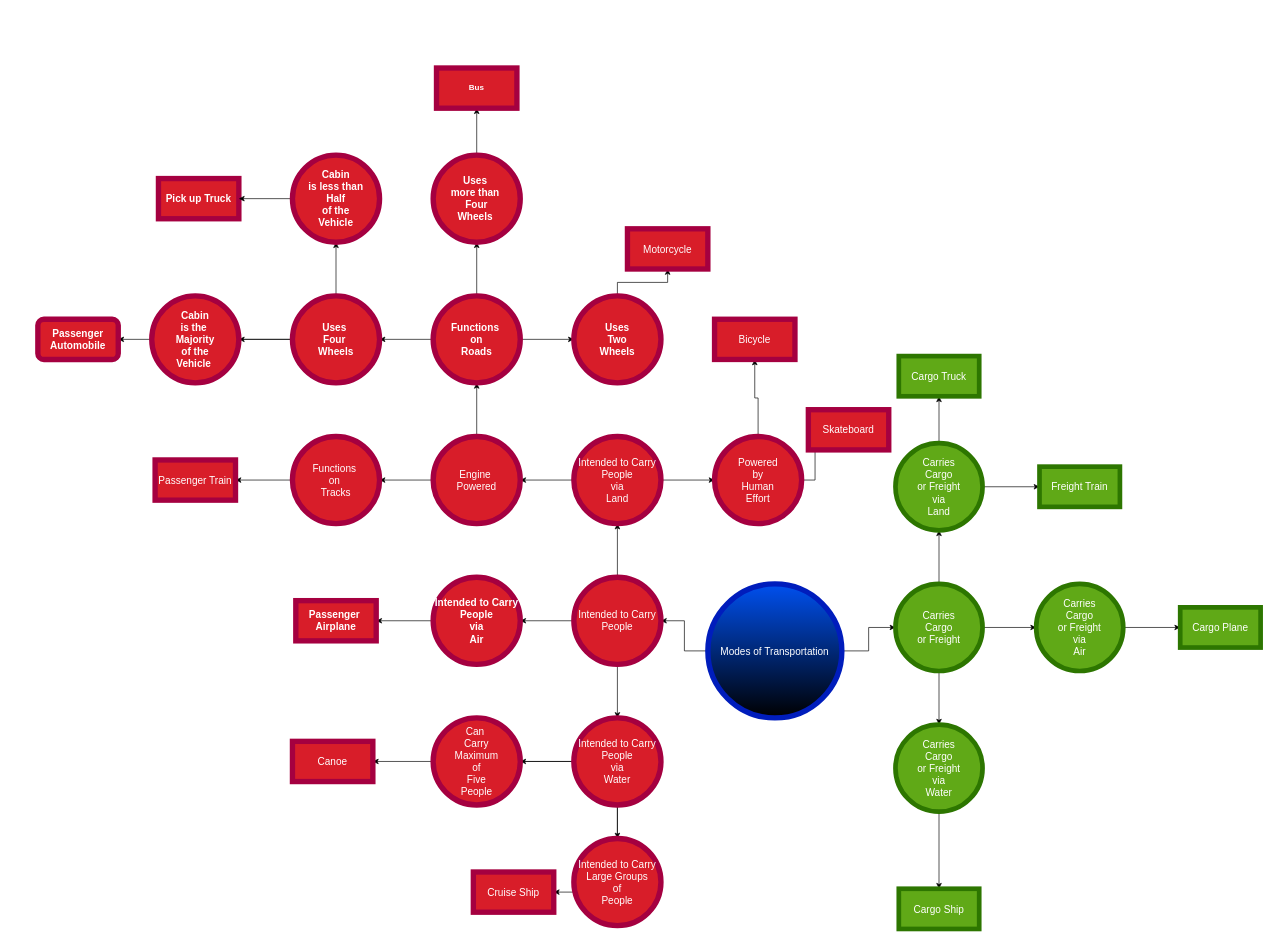
This is Taxonomy for Vehicles.drawio from Wolynes/Data-Analytics-and-Science-Bootcamp, a draw.io file, before an edit. Source tidied: cells renumbered, new cells numbered last; positions are measured from the earlier drawing's top-left corner, leaving out a move shared by most shapes. Both pictures are drawn from the tidied source at 67%, with x=0, y=0 at pixel (38, 68).
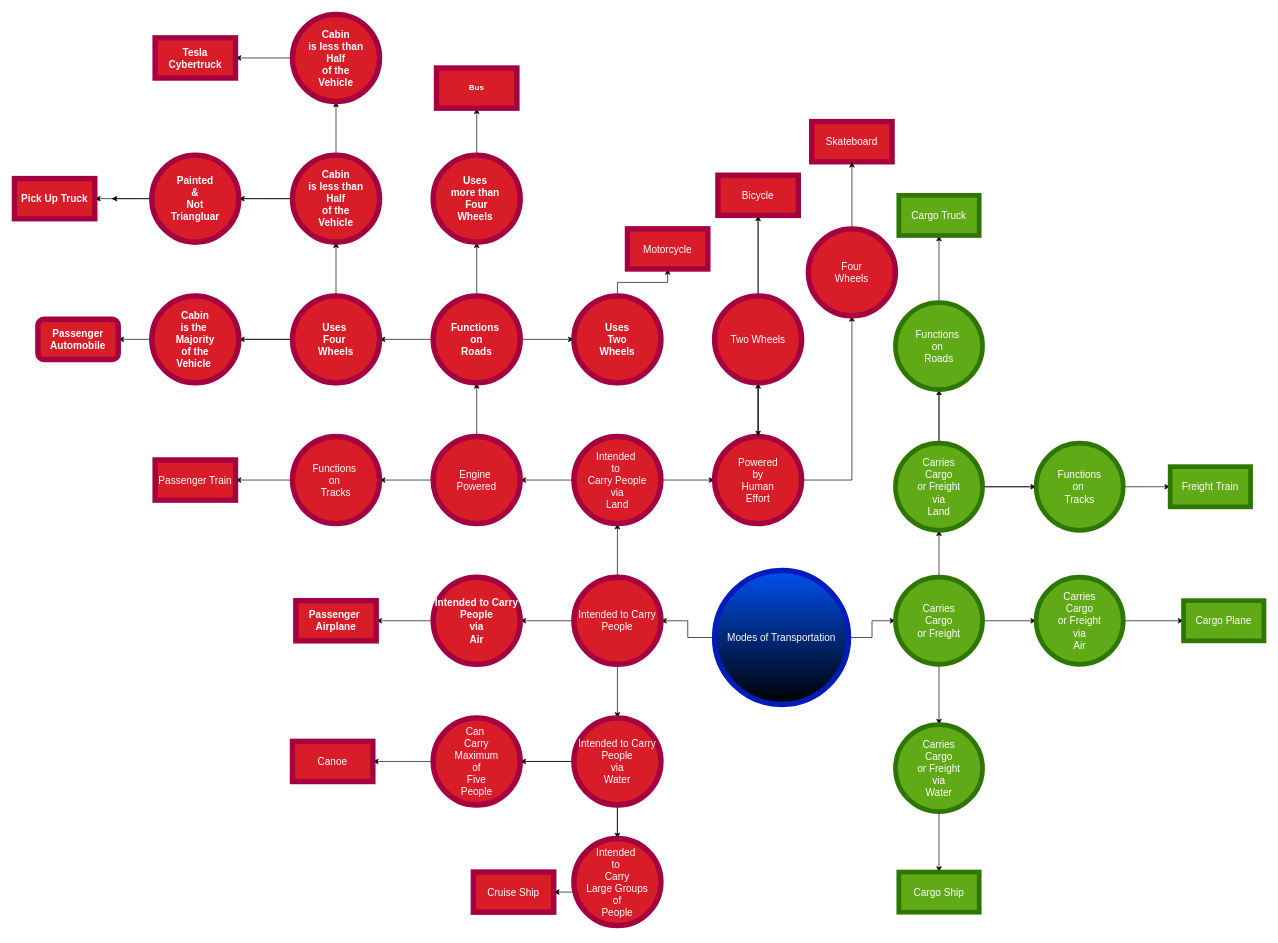
After the change.

The change refers to these unchanged cells:
```xml
<mxCell id="15" value="&lt;span style=&quot;white-space: pre;&quot;&gt;Carries&lt;/span&gt;&lt;div&gt;&lt;span style=&quot;white-space: pre;&quot;&gt;Cargo&lt;/span&gt;&lt;/div&gt;&lt;div&gt;&lt;span style=&quot;white-space: pre;&quot;&gt;or Freight&lt;/span&gt;&lt;/div&gt;&lt;div&gt;&lt;span style=&quot;white-space: pre;&quot;&gt;via&lt;/span&gt;&lt;/div&gt;&lt;div&gt;&lt;span style=&quot;white-space: pre;&quot;&gt;Land&lt;/span&gt;&lt;/div&gt;" style="ellipse;whiteSpace=wrap;html=1;align=center;fillColor=#60a917;fillStyle=solid;fontColor=light-dark(#ffffff, #00f900);strokeColor=light-dark(#2D7600,#990000);strokeWidth=7;fontSize=15;" parent="1" vertex="1">
  <mxGeometry x="1280" y="560" width="130" height="130" as="geometry" />
</mxCell>
<mxCell id="39" value="Powered&lt;div&gt;by&lt;/div&gt;&lt;div&gt;Human&lt;/div&gt;&lt;div&gt;Effort&lt;/div&gt;" style="ellipse;whiteSpace=wrap;html=1;fillColor=light-dark(#D81D29,#FF9933);fontColor=light-dark(#FFFFFF,#FFFF66);strokeColor=light-dark(#A50040,#CCFFCC);strokeWidth=8;fontSize=15;" parent="1" vertex="1">
  <mxGeometry x="1010" y="550" width="130" height="130" as="geometry" />
</mxCell>
<mxCell id="67" value="Cabin&lt;div&gt;is less than&lt;/div&gt;&lt;div&gt;Half&lt;/div&gt;&lt;div&gt;of the&lt;/div&gt;&lt;div&gt;Vehicle&lt;/div&gt;" style="ellipse;whiteSpace=wrap;html=1;fillColor=light-dark(#D81D29,#FF9933);fontColor=light-dark(#FFFFFF,#4C0099);strokeColor=light-dark(#A50040,#6600CC);strokeWidth=8;fontStyle=1;fontSize=15;" parent="1" vertex="1">
  <mxGeometry x="380" y="130" width="130" height="130" as="geometry" />
</mxCell>
```

The edit, as a diff of the source:
```diff
@@
     <mxCell id="4" value="Modes of Transportation" style="ellipse;whiteSpace=wrap;html=1;fillColor=#0050ef;fontColor=light-dark(#FFFFFF,#0000CC);strokeColor=#001DBC;labelBorderColor=none;gradientColor=default;strokeWidth=8;fontSize=15;" parent="1" vertex="1">
-      <mxGeometry x="1000" y="770" width="200" height="200" as="geometry" />
+      <mxGeometry x="1010" y="750" width="200" height="200" as="geometry" />
     </mxCell>
@@
     <mxCell id="12" value="&lt;span style=&quot;white-space: pre;&quot;&gt;Carries&lt;/span&gt;&lt;div&gt;&lt;span style=&quot;white-space: pre;&quot;&gt;Cargo&lt;/span&gt;&lt;/div&gt;&lt;div&gt;&lt;span style=&quot;white-space: pre;&quot;&gt;or Freight&lt;/span&gt;&lt;/div&gt;" style="ellipse;whiteSpace=wrap;html=1;align=center;fillColor=#60a917;fillStyle=solid;fontColor=light-dark(#FFFFFF,#66FF66);strokeColor=#2D7600;strokeWidth=7;fontSize=15;" parent="1" vertex="1">
-      <mxGeometry x="1280" y="770" width="130" height="130" as="geometry" />
+      <mxGeometry x="1280" y="760" width="130" height="130" as="geometry" />
     </mxCell>
@@
+    <mxCell id="69" style="edgeStyle=orthogonalEdgeStyle;rounded=0;jettySize=auto;html=1;" parent="1" edge="1" source="15" target="76">
+      <mxGeometry relative="1" as="geometry" />
+    </mxCell>
+    <mxCell id="70" style="edgeStyle=orthogonalEdgeStyle;rounded=0;jettySize=auto;html=1;" parent="1" edge="1" source="15" target="77">
+      <mxGeometry relative="1" as="geometry" />
+    </mxCell>
@@
     <mxCell id="19" value="&lt;span style=&quot;white-space: pre;&quot;&gt;Carries&lt;/span&gt;&lt;div&gt;&lt;span style=&quot;white-space: pre;&quot;&gt;Cargo&lt;/span&gt;&lt;/div&gt;&lt;div&gt;&lt;span style=&quot;white-space: pre;&quot;&gt;or Freight&lt;/span&gt;&lt;/div&gt;&lt;div&gt;&lt;span style=&quot;white-space: pre;&quot;&gt;via&lt;/span&gt;&lt;/div&gt;&lt;div&gt;&lt;span style=&quot;white-space: pre;&quot;&gt;Air&lt;/span&gt;&lt;/div&gt;" style="ellipse;whiteSpace=wrap;html=1;align=center;fillColor=#60a917;fillStyle=solid;fontColor=light-dark(#FFFFFF,#99FFCC);strokeColor=light-dark(#2D7600,#CCE5FF);strokeWidth=7;fontSize=15;" parent="1" vertex="1">
-      <mxGeometry x="1490" y="770" width="130" height="130" as="geometry" />
+      <mxGeometry x="1490" y="760" width="130" height="130" as="geometry" />
     </mxCell>
     <mxCell id="20" value="Cargo Truck" style="whiteSpace=wrap;html=1;fillColor=#60a917;strokeColor=light-dark(#2D7600,#990000);fontColor=light-dark(#ffffff, #00f900);fillStyle=solid;strokeWidth=7;fontSize=15;" parent="1" vertex="1">
-      <mxGeometry x="1285" y="430" width="120" height="60" as="geometry" />
+      <mxGeometry x="1285" y="190" width="120" height="60" as="geometry" />
     </mxCell>
     <mxCell id="21" value="Freight Train" style="whiteSpace=wrap;html=1;fillColor=#60a917;strokeColor=light-dark(#2D7600,#990000);fontColor=light-dark(#ffffff, #00f900);fillStyle=solid;strokeWidth=7;fontSize=15;" parent="1" vertex="1">
-      <mxGeometry x="1495" y="595" width="120" height="60" as="geometry" />
+      <mxGeometry x="1690" y="595" width="120" height="60" as="geometry" />
     </mxCell>
     <mxCell id="22" value="Cargo Plane" style="whiteSpace=wrap;html=1;fillColor=#60a917;strokeColor=light-dark(#2D7600,#CCE5FF);fontColor=light-dark(#ffffff, #00f900);fillStyle=solid;strokeWidth=7;fontSize=15;" parent="1" vertex="1">
-      <mxGeometry x="1705" y="805" width="120" height="60" as="geometry" />
+      <mxGeometry x="1710" y="795" width="120" height="60" as="geometry" />
     </mxCell>
     <mxCell id="23" value="Cargo Ship" style="whiteSpace=wrap;html=1;fillColor=#60a917;strokeColor=light-dark(#2D7600,#3399FF);fontColor=light-dark(#FFFFFF,#000099);fillStyle=solid;strokeWidth=7;fontSize=15;" parent="1" vertex="1">
-      <mxGeometry x="1285" y="1225" width="120" height="60" as="geometry" />
+      <mxGeometry x="1285" y="1200" width="120" height="60" as="geometry" />
     </mxCell>
@@
-    <mxCell id="26" value="Intended to Carry People&lt;div&gt;via&lt;/div&gt;&lt;div&gt;Land&lt;/div&gt;" style="ellipse;whiteSpace=wrap;html=1;fillColor=light-dark(#D81D29,#FF9933);fontColor=light-dark(#ffffff, #e32400);strokeColor=light-dark(#A50040,#990000);strokeWidth=8;fontSize=15;" parent="1" vertex="1">
+    <mxCell id="26" value="Intended&amp;nbsp;&lt;div&gt;to&amp;nbsp;&lt;/div&gt;&lt;div&gt;Carry People&lt;div&gt;via&lt;/div&gt;&lt;div&gt;Land&lt;/div&gt;&lt;/div&gt;" style="ellipse;whiteSpace=wrap;html=1;fillColor=light-dark(#D81D29,#FF9933);fontColor=light-dark(#ffffff, #e32400);strokeColor=light-dark(#A50040,#990000);strokeWidth=8;fontSize=15;" parent="1" vertex="1">
       <mxGeometry x="800" y="550" width="130" height="130" as="geometry" />
     </mxCell>
@@
-    <mxCell id="38" style="edgeStyle=orthogonalEdgeStyle;rounded=0;jettySize=auto;html=1;fontSize=15;" parent="1" edge="1" source="39" target="44">
-      <mxGeometry relative="1" as="geometry" />
-    </mxCell>
+    <mxCell id="71" style="edgeStyle=orthogonalEdgeStyle;rounded=0;jettySize=auto;html=1;" parent="1" edge="1" source="39" target="84">
+      <mxGeometry relative="1" as="geometry" />
+    </mxCell>
+    <mxCell id="72" style="edgeStyle=orthogonalEdgeStyle;rounded=0;jettySize=auto;html=1;" parent="1" edge="1" source="39" target="86">
+      <mxGeometry relative="1" as="geometry" />
+    </mxCell>
@@
+    <mxCell id="73" style="edgeStyle=orthogonalEdgeStyle;rounded=0;jettySize=auto;html=1;" parent="1" edge="1" source="43" target="39">
+      <mxGeometry relative="1" as="geometry" />
+    </mxCell>
     <mxCell id="43" value="Bicycle" style="whiteSpace=wrap;html=1;fillColor=light-dark(#D81D29,#FF9933);strokeColor=light-dark(#A50040,#CCFFCC);fontColor=light-dark(#FFFFFF,#FFFF66);strokeWidth=8;fontSize=15;" parent="1" vertex="1">
-      <mxGeometry x="1010" y="375" width="120" height="60" as="geometry" />
+      <mxGeometry x="1015" y="160" width="120" height="60" as="geometry" />
     </mxCell>
     <mxCell id="44" value="Skateboard" style="whiteSpace=wrap;html=1;fillColor=light-dark(#D81D29,#FF9933);strokeColor=light-dark(#A50040,#CCFFCC);fontColor=light-dark(#FFFFFF,#FFFF66);strokeWidth=8;fontSize=15;" parent="1" vertex="1">
-      <mxGeometry x="1150" y="510" width="120" height="60" as="geometry" />
+      <mxGeometry x="1155" y="80" width="120" height="60" as="geometry" />
     </mxCell>
@@
-    <mxCell id="61" value="Passenger&lt;div&gt;Automobile&lt;/div&gt;" style="rounded=1;whiteSpace=wrap;html=1;fillColor=light-dark(#D81D29,#FF9933);strokeColor=light-dark(#A50040,#FF00FF);fontColor=light-dark(#FFFFFF,#4C0099);strokeWidth=8;fontStyle=1;fontSize=15;" parent="1" vertex="1">
+    <mxCell id="61" value="Passenger&lt;div&gt;Automobile&lt;/div&gt;" style="rounded=1;whiteSpace=wrap;html=1;fillColor=light-dark(#D81D29,#FF9933);strokeColor=light-dark(#A50040,#FF00FF);fontColor=light-dark(#FFFFFF,#CC00CC);strokeWidth=8;fontStyle=1;fontSize=15;" parent="1" vertex="1">
       <mxGeometry y="375" width="120" height="60" as="geometry" />
     </mxCell>
-    <mxCell id="62" value="Pick up Truck" style="whiteSpace=wrap;html=1;fillColor=light-dark(#D81D29,#FF9933);strokeColor=light-dark(#A50040,#6600CC);fontColor=light-dark(#FFFFFF,#4C0099);strokeWidth=8;fontStyle=1;fontSize=15;" parent="1" vertex="1">
-      <mxGeometry x="180" y="165" width="120" height="60" as="geometry" />
-    </mxCell>
@@
-    <mxCell id="65" value="Intended to Carry&lt;div&gt;Large Groups&lt;/div&gt;&lt;div&gt;of&lt;/div&gt;&lt;div&gt;People&lt;/div&gt;" style="ellipse;whiteSpace=wrap;html=1;fillColor=light-dark(#D81D29,#FF9933);fontColor=light-dark(#FFFFFF,#004C99);strokeColor=light-dark(#A50040,#004C99);strokeWidth=8;fontSize=15;" parent="1" vertex="1">
+    <mxCell id="65" value="Intended&amp;nbsp;&lt;div&gt;to&amp;nbsp;&lt;/div&gt;&lt;div&gt;Carry&lt;div&gt;Large Groups&lt;/div&gt;&lt;div&gt;of&lt;/div&gt;&lt;div&gt;People&lt;/div&gt;&lt;/div&gt;" style="ellipse;whiteSpace=wrap;html=1;fillColor=light-dark(#D81D29,#FF9933);fontColor=light-dark(#FFFFFF,#004C99);strokeColor=light-dark(#A50040,#004C99);strokeWidth=8;fontSize=15;" parent="1" vertex="1">
       <mxGeometry x="800" y="1150" width="130" height="130" as="geometry" />
     </mxCell>
-    <mxCell id="66" style="edgeStyle=orthogonalEdgeStyle;rounded=0;jettySize=auto;html=1;fontSize=15;" parent="1" edge="1" source="67" target="62">
-      <mxGeometry relative="1" as="geometry" />
+    <mxCell id="66" style="edgeStyle=orthogonalEdgeStyle;rounded=0;jettySize=auto;html=1;fontSize=15;" parent="1" edge="1" source="67">
+      <mxGeometry relative="1" as="geometry">
+        <mxPoint x="110" y="195" as="targetPoint" />
+      </mxGeometry>
     </mxCell>
+    <mxCell id="74" style="edgeStyle=orthogonalEdgeStyle;rounded=0;jettySize=auto;html=1;" parent="1" edge="1" source="67" target="79">
+      <mxGeometry relative="1" as="geometry" />
+    </mxCell>
+    <mxCell id="75" style="edgeStyle=orthogonalEdgeStyle;rounded=0;jettySize=auto;html=1;" parent="1" edge="1" source="67" target="81">
+      <mxGeometry relative="1" as="geometry" />
+    </mxCell>
@@
-    <mxCell id="68" value="Cabin&lt;div&gt;is the&amp;nbsp;&lt;/div&gt;&lt;div&gt;Majority&lt;/div&gt;&lt;div&gt;of the&lt;/div&gt;&lt;div&gt;Vehicle&amp;nbsp;&lt;/div&gt;" style="ellipse;whiteSpace=wrap;html=1;fillColor=light-dark(#D81D29,#FF9933);fontColor=light-dark(#FFFFFF,#4C0099);strokeColor=light-dark(#A50040,#FF00FF);strokeWidth=8;fontStyle=1;fontSize=15;" parent="1" vertex="1">
+    <mxCell id="68" value="Cabin&lt;div&gt;is the&amp;nbsp;&lt;/div&gt;&lt;div&gt;Majority&lt;/div&gt;&lt;div&gt;of the&lt;/div&gt;&lt;div&gt;Vehicle&amp;nbsp;&lt;/div&gt;" style="ellipse;whiteSpace=wrap;html=1;fillColor=light-dark(#D81D29,#FF9933);fontColor=light-dark(#FFFFFF,#CC00CC);strokeColor=light-dark(#A50040,#FF00FF);strokeWidth=8;fontStyle=1;fontSize=15;" parent="1" vertex="1">
       <mxGeometry x="170" y="340" width="130" height="130" as="geometry" />
     </mxCell>
+    <mxCell id="76" value="&lt;span style=&quot;white-space: pre;&quot;&gt;Functions&amp;nbsp;&lt;/span&gt;&lt;div&gt;&lt;span style=&quot;white-space: pre;&quot;&gt;on&amp;nbsp;&lt;/span&gt;&lt;/div&gt;&lt;div&gt;&lt;span style=&quot;white-space: pre;&quot;&gt;Roads&lt;/span&gt;&lt;/div&gt;" style="ellipse;whiteSpace=wrap;html=1;align=center;fillColor=#60a917;fillStyle=solid;fontColor=light-dark(#ffffff, #00f900);strokeColor=light-dark(#2D7600,#990000);strokeWidth=7;fontSize=15;" parent="1" vertex="1">
+      <mxGeometry x="1280" y="350" width="130" height="130" as="geometry" />
+    </mxCell>
+    <mxCell id="77" value="&lt;span style=&quot;white-space: pre;&quot;&gt;Functions&lt;/span&gt;&lt;div&gt;&lt;span style=&quot;white-space: pre;&quot;&gt;on&amp;nbsp;&lt;/span&gt;&lt;/div&gt;&lt;div&gt;&lt;span style=&quot;white-space: pre;&quot;&gt;Tracks&lt;/span&gt;&lt;/div&gt;" style="ellipse;whiteSpace=wrap;html=1;align=center;fillColor=#60a917;fillStyle=solid;fontColor=light-dark(#ffffff, #00f900);strokeColor=light-dark(#2D7600,#990000);strokeWidth=7;fontSize=15;" parent="1" vertex="1">
+      <mxGeometry x="1490" y="560" width="130" height="130" as="geometry" />
+    </mxCell>
+    <mxCell id="78" style="edgeStyle=orthogonalEdgeStyle;rounded=0;jettySize=auto;html=1;" parent="1" edge="1" source="79" target="83">
+      <mxGeometry relative="1" as="geometry" />
+    </mxCell>
+    <mxCell id="79" value="Painted&lt;div&gt;&amp;amp;&lt;/div&gt;&lt;div&gt;Not&lt;/div&gt;&lt;div&gt;Triangluar&lt;/div&gt;" style="ellipse;whiteSpace=wrap;html=1;fillColor=light-dark(#D81D29,#FF9933);fontColor=light-dark(#FFFFFF,#FF0000);strokeColor=light-dark(#A50040,#FF0000);strokeWidth=8;fontStyle=1;fontSize=15;" parent="1" vertex="1">
+      <mxGeometry x="170" y="130" width="130" height="130" as="geometry" />
+    </mxCell>
+    <mxCell id="80" style="edgeStyle=orthogonalEdgeStyle;rounded=0;jettySize=auto;html=1;" parent="1" edge="1" source="81" target="82">
+      <mxGeometry relative="1" as="geometry" />
+    </mxCell>
+    <mxCell id="81" value="Cabin&lt;div&gt;is less than&lt;/div&gt;&lt;div&gt;Half&lt;/div&gt;&lt;div&gt;of the&lt;/div&gt;&lt;div&gt;Vehicle&lt;/div&gt;" style="ellipse;whiteSpace=wrap;html=1;fillColor=light-dark(#D81D29,#FF9933);fontColor=light-dark(#FFFFFF,#FFFFFF);strokeColor=light-dark(#A50040,#FFFFFF);strokeWidth=8;fontStyle=1;fontSize=15;" parent="1" vertex="1">
+      <mxGeometry x="380" y="-80" width="130" height="130" as="geometry" />
+    </mxCell>
+    <mxCell id="82" value="Tesla Cybertruck" style="whiteSpace=wrap;html=1;fontSize=15;fillColor=light-dark(#D81D29,#FF9933);strokeColor=light-dark(#A50040,#FFFFFF);fontColor=light-dark(#FFFFFF,#FFFFFF);strokeWidth=8;fontStyle=1;" parent="1" vertex="1">
+      <mxGeometry x="175" y="-45" width="120" height="60" as="geometry" />
+    </mxCell>
+    <mxCell id="83" value="Pick Up Truck" style="whiteSpace=wrap;html=1;fontSize=15;fillColor=light-dark(#D81D29,#FF9933);strokeColor=light-dark(#A50040,#FF0000);fontColor=light-dark(#FFFFFF,#FF0000);strokeWidth=8;fontStyle=1;" parent="1" vertex="1">
+      <mxGeometry x="-35" y="165" width="120" height="60" as="geometry" />
+    </mxCell>
+    <mxCell id="84" value="Two Wheels" style="ellipse;whiteSpace=wrap;html=1;fillColor=light-dark(#D81D29,#FF9933);fontColor=light-dark(#FFFFFF,#FFFF66);strokeColor=light-dark(#A50040,#CCFFCC);strokeWidth=8;fontSize=15;" parent="1" vertex="1">
+      <mxGeometry x="1010" y="340" width="130" height="130" as="geometry" />
+    </mxCell>
+    <mxCell id="85" style="edgeStyle=orthogonalEdgeStyle;rounded=0;jettySize=auto;html=1;" parent="1" edge="1" source="86" target="44">
+      <mxGeometry relative="1" as="geometry" />
+    </mxCell>
+    <mxCell id="86" value="Four&lt;div&gt;Wheels&lt;/div&gt;" style="ellipse;whiteSpace=wrap;html=1;fillColor=light-dark(#D81D29,#FF9933);fontColor=light-dark(#FFFFFF,#FFFF66);strokeColor=light-dark(#A50040,#CCFFCC);strokeWidth=8;fontSize=15;" parent="1" vertex="1">
+      <mxGeometry x="1150" y="240" width="130" height="130" as="geometry" />
+    </mxCell>
```
